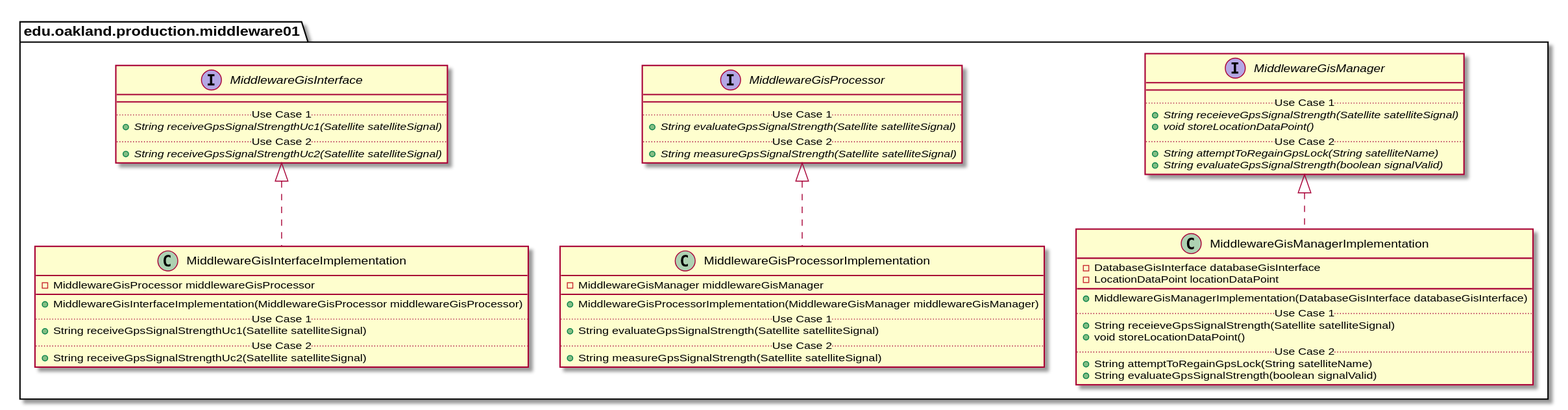
Above: docs/uml-class-diagrams/middleware01/production/Middleware01ProductionPackage_DirectDependencies.svg in andrewdimmer/csi-3370-software-project (PlantUML), before the change.
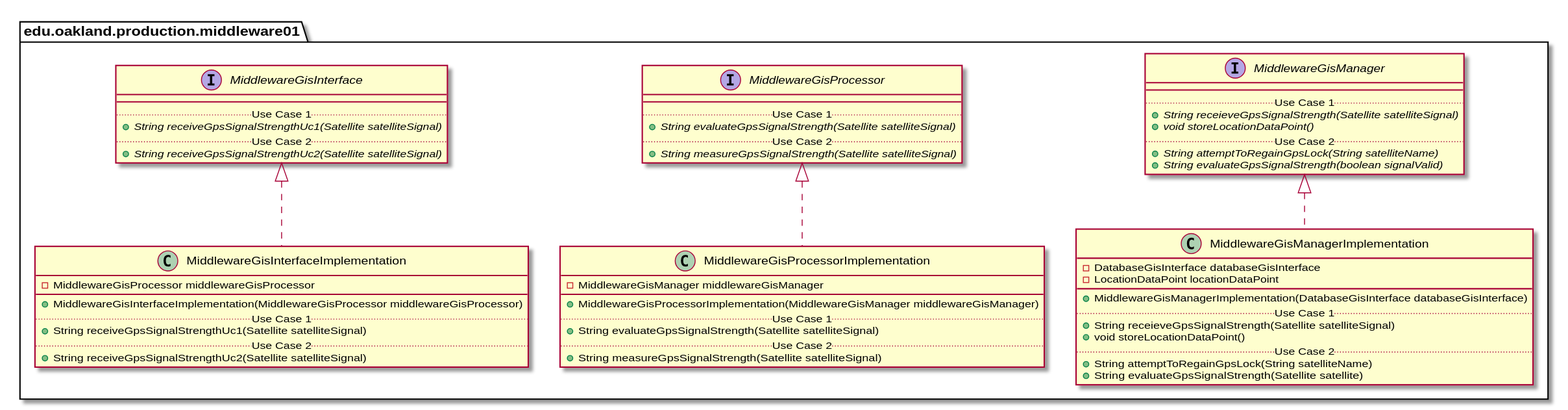
After the commit.

Change to the diagram source:
```diff
@@ -86,7 +86,7 @@
         + void storeLocationDataPoint()
         .. Use Case 2 ..
         + String attemptToRegainGpsLock(String satelliteName)
-        + String evaluateGpsSignalStrength(boolean signalValid)
+        + String evaluateGpsSignalStrength(Satellite satellite)
     }
 }
 
```
